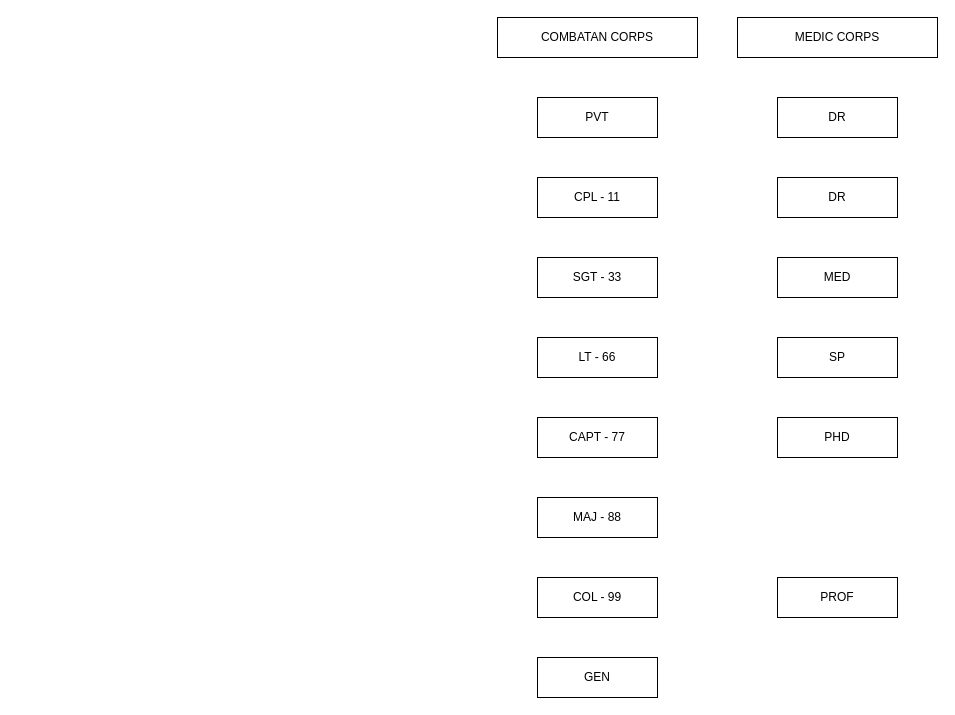
The draw.io diagram Note Project Core/Propia Shelter/Rank Shelter.drawio in maulanaaghnii/propia, before the edit. Source tidied: cells renumbered, new cells numbered last; positions are measured from the earlier drawing's top-left corner, leaving out a move shared by most shapes. Both pictures are drawn from the tidied source at 100%, with x=0, y=0 at pixel (497, 17).
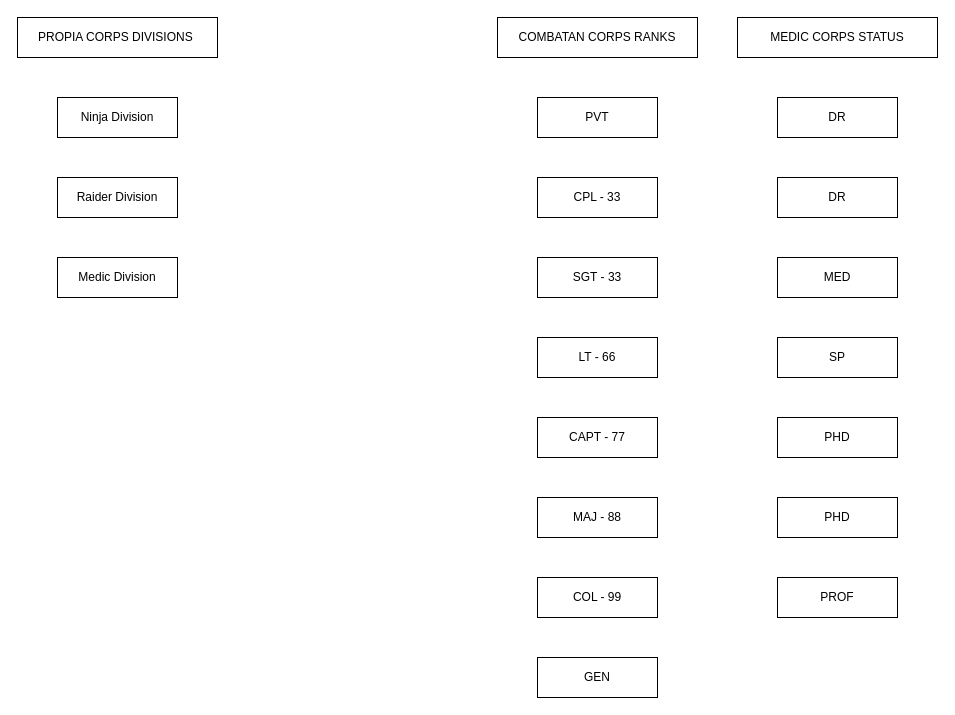
The same diagram, later.

Diff of the diagram source:
```diff
@@
-    <mxCell id="6" value="CPL - 11" style="rounded=0;whiteSpace=wrap;html=1;" parent="1" vertex="1">
+    <mxCell id="6" value="CPL - 33" style="rounded=0;whiteSpace=wrap;html=1;" parent="1" vertex="1">
       <mxGeometry x="40" y="160" width="120" height="40" as="geometry" />
     </mxCell>
@@
-    <mxCell id="16" value="COMBATAN CORPS" style="rounded=0;whiteSpace=wrap;html=1;" parent="1" vertex="1">
+    <mxCell id="16" value="COMBATAN CORPS RANKS" style="rounded=0;whiteSpace=wrap;html=1;" parent="1" vertex="1">
       <mxGeometry width="200" height="40" as="geometry" />
     </mxCell>
-    <mxCell id="17" value="MEDIC CORPS" style="rounded=0;whiteSpace=wrap;html=1;" parent="1" vertex="1">
+    <mxCell id="17" value="MEDIC CORPS STATUS" style="rounded=0;whiteSpace=wrap;html=1;" parent="1" vertex="1">
       <mxGeometry x="240" width="200" height="40" as="geometry" />
     </mxCell>
+    <mxCell id="18" value="PHD" style="rounded=0;whiteSpace=wrap;html=1;" parent="1" vertex="1">
+      <mxGeometry x="280" y="480" width="120" height="40" as="geometry" />
+    </mxCell>
+    <mxCell id="19" value="PROPIA CORPS DIVISIONS&amp;nbsp;" style="rounded=0;whiteSpace=wrap;html=1;" parent="1" vertex="1">
+      <mxGeometry x="-480" width="200" height="40" as="geometry" />
+    </mxCell>
+    <mxCell id="20" value="Ninja Division" style="rounded=0;whiteSpace=wrap;html=1;" parent="1" vertex="1">
+      <mxGeometry x="-440" y="80" width="120" height="40" as="geometry" />
+    </mxCell>
+    <mxCell id="21" value="Raider Division" style="rounded=0;whiteSpace=wrap;html=1;" parent="1" vertex="1">
+      <mxGeometry x="-440" y="160" width="120" height="40" as="geometry" />
+    </mxCell>
+    <mxCell id="22" value="Medic Division" style="rounded=0;whiteSpace=wrap;html=1;" parent="1" vertex="1">
+      <mxGeometry x="-440" y="240" width="120" height="40" as="geometry" />
+    </mxCell>
```
